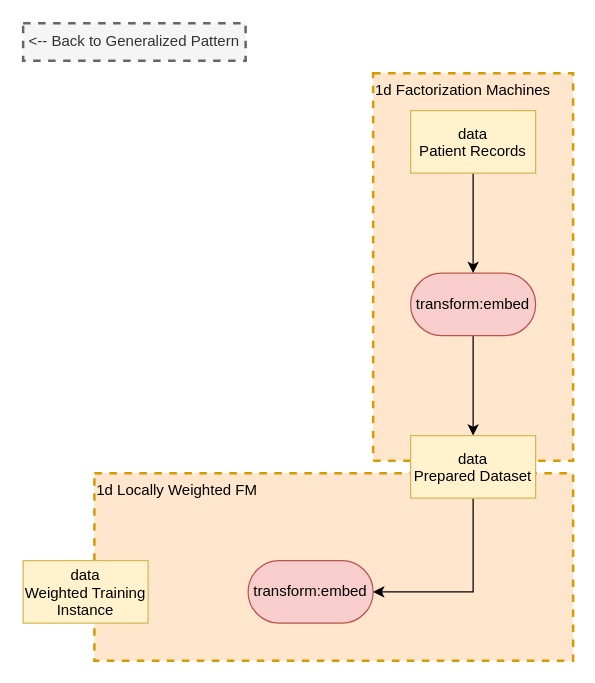
Earlier version of the draw.io diagram page "Pre-processing" (3 of 6) of medical patterns to boxologies/Rules influence ML Training (RMLT)/RMLT.drawio (zonnesmit/thesis). Source tidied: cells renumbered, new cells numbered last; positions are measured from the earlier drawing's top-left corner, leaving out a move shared by most shapes. Both pictures are drawn from the tidied source at 125%, with x=0, y=0 at pixel (22, 22).
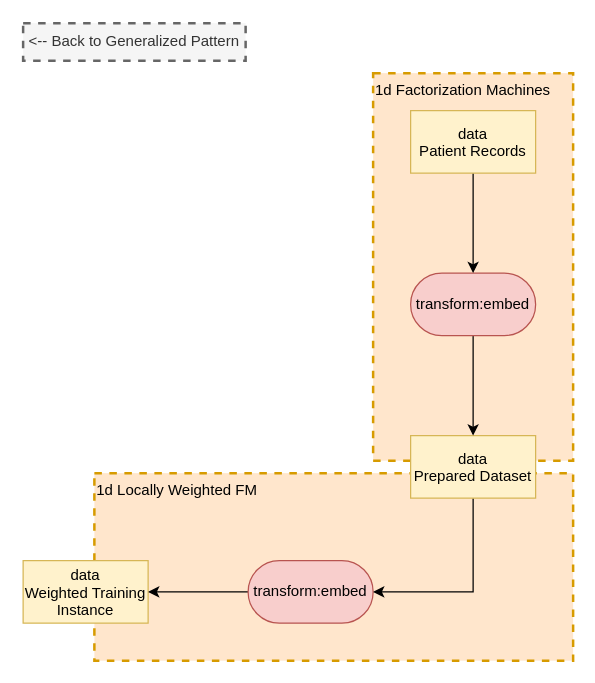
The same page after the edit.

Diff of the diagram source:
```diff
@@
 <mxGraphModel>
   <root>
     <mxCell id="0" />
     <mxCell id="1" parent="0" />
     <mxCell id="2" value="1d Factorization Machines" style="text;html=1;align=left;verticalAlign=top;whiteSpace=wrap;rounded=0;dashed=1;fillColor=#ffe6cc;strokeColor=#d79b00;strokeWidth=2;" parent="1" vertex="1">
       <mxGeometry x="280" y="40" width="160" height="310" as="geometry" />
     </mxCell>
     <mxCell id="3" value="1d Locally Weighted FM" style="text;html=1;align=left;verticalAlign=top;whiteSpace=wrap;rounded=0;dashed=1;fillColor=#ffe6cc;strokeColor=#d79b00;strokeWidth=2;" parent="1" vertex="1">
       <mxGeometry x="57" y="360" width="383" height="150" as="geometry" />
     </mxCell>
     <mxCell id="4" value="data&#10;Weighted Training&#10;Instance" style="rectangle;fillColor=#fff2cc;strokeColor=#d6b656;" parent="1" vertex="1">
       <mxGeometry y="430" width="100" height="50" as="geometry" />
     </mxCell>
+    <mxCell id="13" style="edgeStyle=orthogonalEdgeStyle;rounded=0;jettySize=auto;html=1;exitX=0;exitY=0.5;exitDx=0;exitDy=0;entryX=1;entryY=0.5;entryDx=0;entryDy=0;" parent="1" edge="1" source="5" target="4">
+      <mxGeometry relative="1" as="geometry" />
+    </mxCell>
     <mxCell id="5" value="transform:embed" style="rounded=1;whiteSpace=wrap;html=1;arcSize=50;fillColor=#f8cecc;strokeColor=#b85450;" parent="1" vertex="1">
       <mxGeometry x="180" y="430" width="100" height="50" as="geometry" />
     </mxCell>
     <mxCell id="6" style="edgeStyle=orthogonalEdgeStyle;rounded=0;jettySize=auto;html=1;exitX=0.5;exitY=1;exitDx=0;exitDy=0;entryX=1;entryY=0.5;entryDx=0;entryDy=0;" parent="1" edge="1" source="7" target="5">
       <mxGeometry relative="1" as="geometry" />
     </mxCell>
     <mxCell id="7" value="data&#10;Prepared Dataset" style="rectangle;fillColor=#fff2cc;strokeColor=#d6b656;" parent="1" vertex="1">
       <mxGeometry x="310" y="330" width="100" height="50" as="geometry" />
     </mxCell>
     <mxCell id="8" style="edgeStyle=orthogonalEdgeStyle;rounded=0;jettySize=auto;html=1;entryX=0.5;entryY=0;entryDx=0;entryDy=0;" parent="1" edge="1" source="9" target="7">
       <mxGeometry relative="1" as="geometry" />
     </mxCell>
     <mxCell id="9" value="transform:embed" style="rounded=1;whiteSpace=wrap;html=1;arcSize=50;fillColor=#f8cecc;strokeColor=#b85450;" parent="1" vertex="1">
       <mxGeometry x="310" y="200" width="100" height="50" as="geometry" />
     </mxCell>
     <mxCell id="10" style="edgeStyle=orthogonalEdgeStyle;rounded=0;jettySize=auto;html=1;entryX=0.5;entryY=0;entryDx=0;entryDy=0;" parent="1" edge="1" source="11" target="9">
       <mxGeometry relative="1" as="geometry" />
     </mxCell>
     <mxCell id="11" value="data&#10;Patient Records" style="rectangle;fillColor=#fff2cc;strokeColor=#d6b656;" parent="1" vertex="1">
       <mxGeometry x="310" y="70" width="100" height="50" as="geometry" />
     </mxCell>
     <mxCell id="12" value="&amp;lt;-- Back to Generalized Pattern" style="text;html=1;align=center;verticalAlign=middle;whiteSpace=wrap;rounded=0;dashed=1;fillColor=#f5f5f5;fontColor=#333333;strokeColor=#666666;strokeWidth=2;" parent="1" vertex="1">
       <mxGeometry width="178" height="30" as="geometry" />
     </mxCell>
   </root>
 </mxGraphModel>
```
